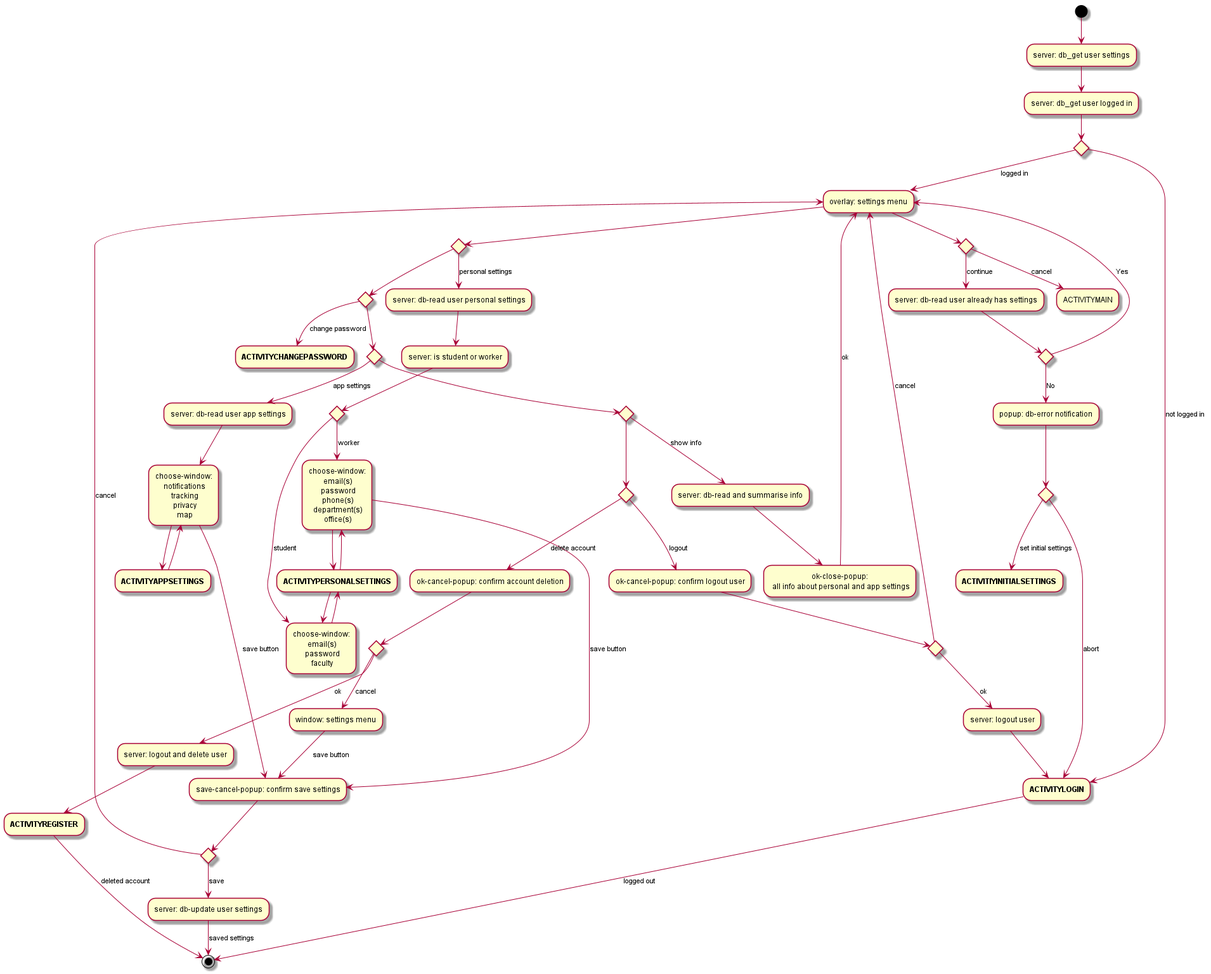
This is docs/architecture/activity_diagrams/settings/ACTIVITYSETTINGS.png from 0K5/campusfinder, a PlantUML export, as it was before one commit. The source it was exported from:
```plantuml
@startuml
(*)  --> "server: db_get user settings"
--> "server: db_get user logged in"
if "" then
    --> [logged in] "overlay: settings menu"
    if "" then
        --> [cancel] "ACTIVITYMAIN"
    else
        --> [continue] "server: db-read user already has settings"
        if "" then
            --> [Yes] "overlay: settings menu"
            if "" then
                --> [personal settings] "server: db-read user personal settings"
                --> "server: is student or worker"
                if "" then
--> [worker] "choose-window:\n email(s)\n password\n phone(s)\n department(s)\n office(s)"
--> "**ACTIVITYPERSONALSETTINGS**"
--> "choose-window:\n email(s)\n password\n phone(s)\n department(s)\n office(s)"
--> [save button] "save-cancel-popup: confirm save settings"
                else
--> [student] "choose-window:\n email(s)\n password\n faculty"
--> "**ACTIVITYPERSONALSETTINGS**"
--> "choose-window:\n email(s)\n password\n faculty"
                Endif
            else
                if "" then
--> [change password] "**ACTIVITYCHANGEPASSWORD**"
                else
if "" then
    --> [app settings] "server: db-read user app settings"
    --> "choose-window:\n notifications\n tracking\n privacy\n map"
    --> "**ACTIVITYAPPSETTINGS**"
    --> "choose-window:\n notifications\n tracking\n privacy\n map"
    --> [save button] "save-cancel-popup: confirm save settings"
else
    if "" then
        --> [show info] "server: db-read and summarise info"
        --> "ok-close-popup:\n all info about personal and app settings"
        --> [ok] "overlay: settings menu"
    else
        if "" then
            --> [logout] "ok-cancel-popup: confirm logout user"
            if "" then
                --> [ok] "server: logout user"
                --> "**ACTIVITYLOGIN**"
                --> [logged out] (*)
            else
                --> [cancel] "overlay: settings menu"
            Endif
        else
            --> [delete account] "ok-cancel-popup: confirm account deletion"
            if "" then
                --> [ok] "server: logout and delete user"
                --> "**ACTIVITYREGISTER**"
                --> [deleted account] (*)
            else
                --> [cancel] "window: settings menu"
            Endif
        Endif
    Endif
Endif
                Endif
            Endif
            --> [save button] "save-cancel-popup: confirm save settings"
            if "" then
                --> [save] "server: db-update user settings"
                --> [saved settings] (*)
            else
                --> [cancel] "overlay: settings menu"
            Endif
        else
            --> [No] "popup: db-error notification"
            if "" then
                --> [set initial settings] "**ACTIVITIYINITIALSETTINGS**"
            else
                --> [abort] "**ACTIVITYLOGIN**"
            Endif
        Endif
    Endif
else
    --> [not logged in] "**ACTIVITYLOGIN**"
Endif
@enduml
```
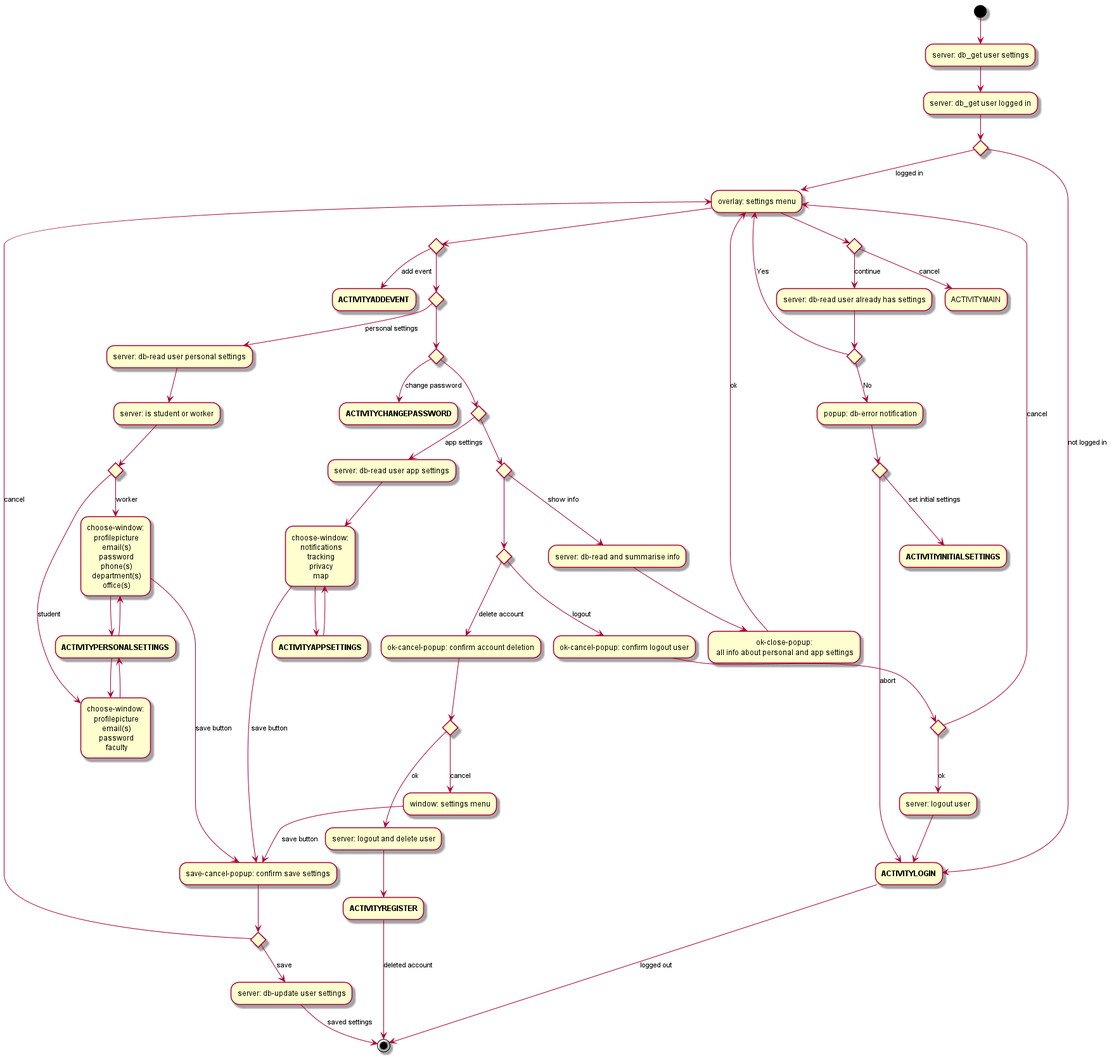
Above is the later version.

Diff of the diagram source:
```diff
@@ -10,22 +10,25 @@
         if "" then
             --> [Yes] "overlay: settings menu"
             if "" then
-                --> [personal settings] "server: db-read user personal settings"
-                --> "server: is student or worker"
-                if "" then
---> [worker] "choose-window:\n email(s)\n password\n phone(s)\n department(s)\n office(s)"
---> "**ACTIVITYPERSONALSETTINGS**"
---> "choose-window:\n email(s)\n password\n phone(s)\n department(s)\n office(s)"
---> [save button] "save-cancel-popup: confirm save settings"
-                else
---> [student] "choose-window:\n email(s)\n password\n faculty"
---> "**ACTIVITYPERSONALSETTINGS**"
---> "choose-window:\n email(s)\n password\n faculty"
-                Endif
+                --> [add event] "**ACTIVITYADDEVENT**"
             else
                 if "" then
+                    --> [personal settings] "server: db-read user personal settings"
+                    --> "server: is student or worker"
+                    if "" then
+--> [worker] "choose-window:\n profilepicture\n email(s)\n password\n phone(s)\n department(s)\n office(s)"
+--> "**ACTIVITYPERSONALSETTINGS**"
+--> "choose-window:\n profilepicture\n email(s)\n password\n phone(s)\n department(s)\n office(s)"
+--> [save button] "save-cancel-popup: confirm save settings"
+                    else
+--> [student] "choose-window:\n profilepicture\n email(s)\n password\n faculty"
+--> "**ACTIVITYPERSONALSETTINGS**"
+--> "choose-window:\n profilepicture\n email(s)\n password\n faculty"
+                    Endif
+                else
+                    if "" then
 --> [change password] "**ACTIVITYCHANGEPASSWORD**"
-                else
+                    else
 if "" then
     --> [app settings] "server: db-read user app settings"
     --> "choose-window:\n notifications\n tracking\n privacy\n map"
@@ -59,14 +62,15 @@
         Endif
     Endif
 Endif
+                    Endif
                 Endif
-            Endif
-            --> [save button] "save-cancel-popup: confirm save settings"
-            if "" then
-                --> [save] "server: db-update user settings"
-                --> [saved settings] (*)
-            else
-                --> [cancel] "overlay: settings menu"
+                --> [save button] "save-cancel-popup: confirm save settings"
+                if "" then
+                    --> [save] "server: db-update user settings"
+                    --> [saved settings] (*)
+                else
+                    --> [cancel] "overlay: settings menu"
+                Endif
             Endif
         else
             --> [No] "popup: db-error notification"
```
